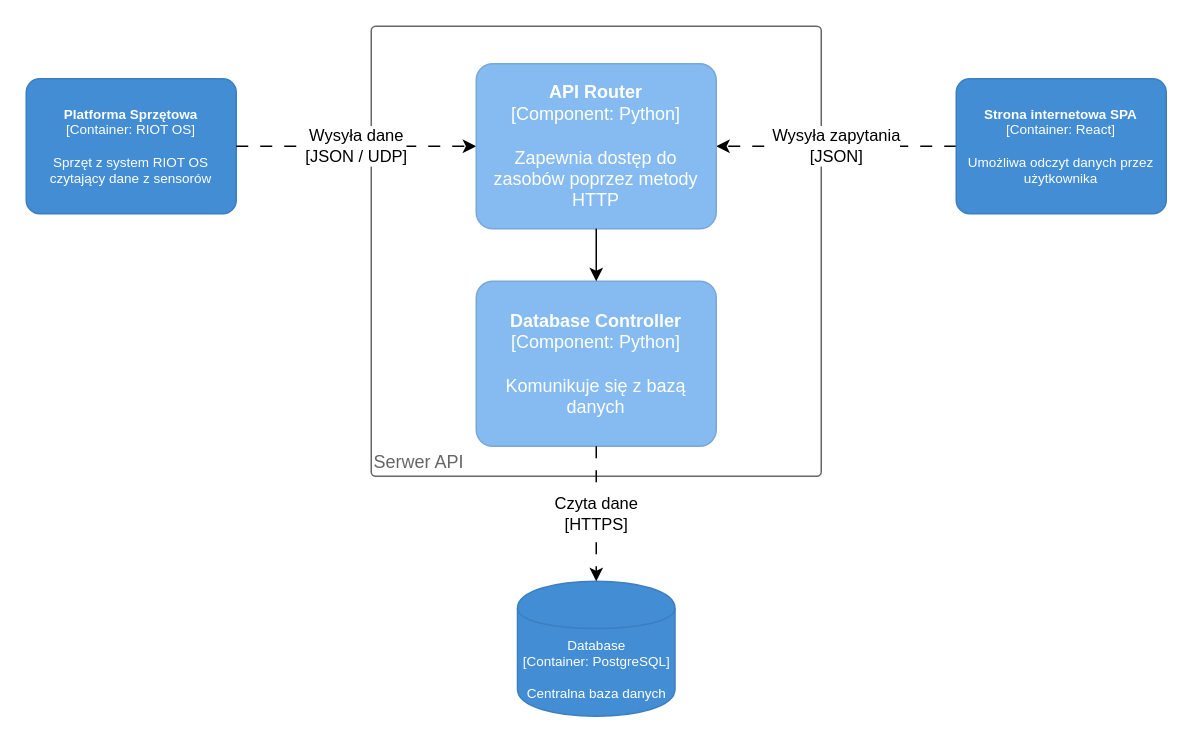
sysy-inc/pzsp2-24z keeps this draw.io diagram as page "Serwer API" (4 of 5) of docs/architecture/c4-pzsp2.drawio. Above is the earlier version. Source tidied: cells renumbered, new cells numbered last; positions are measured from the earlier drawing's top-left corner, leaving out a move shared by most shapes. Both pictures are drawn from the tidied source at 150%, with x=0, y=0 at pixel (26, 26).
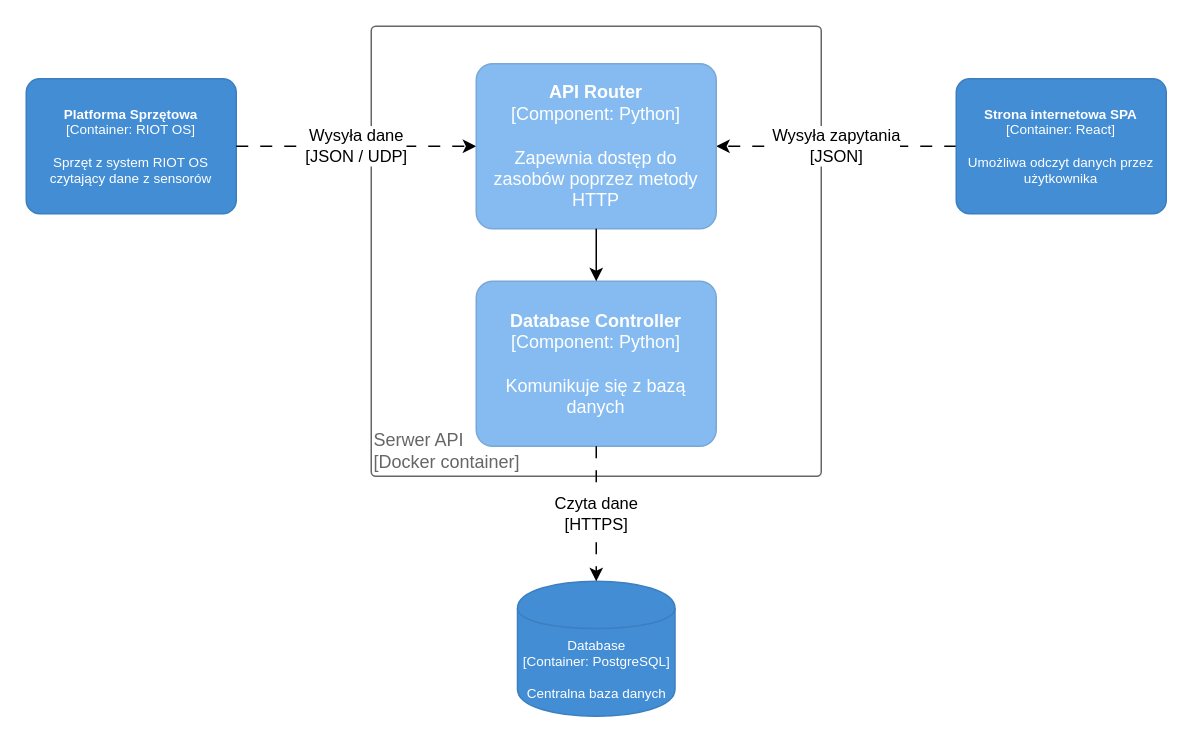
The same page after the edit.

Change to the diagram source:
```diff
@@
 <mxGraphModel>
   <root>
     <mxCell id="0" />
     <mxCell id="1" parent="0" />
-    <mxCell id="2" value="Serwer API" style="rounded=1;whiteSpace=wrap;html=1;labelBackgroundColor=none;fillColor=#ffffff;align=left;arcSize=1;verticalAlign=bottom;strokeColor=#666666;fontColor=#666666;" parent="1" vertex="1">
+    <mxCell id="2" value="Serwer API&lt;div&gt;[Docker container]&lt;/div&gt;" style="rounded=1;whiteSpace=wrap;html=1;labelBackgroundColor=none;fillColor=#ffffff;align=left;arcSize=1;verticalAlign=bottom;strokeColor=#666666;fontColor=#666666;" parent="1" vertex="1">
       <mxGeometry x="230" width="300" height="300" as="geometry" />
     </mxCell>
     <mxCell id="3" value="Wysyła zapytania&lt;div&gt;[JSON]&lt;/div&gt;" style="edgeStyle=orthogonalEdgeStyle;rounded=0;jettySize=auto;html=1;entryX=1;entryY=0.5;entryDx=0;entryDy=0;entryPerimeter=0;dashed=1;dashPattern=8 8;" parent="1" edge="1" source="4" target="7">
       <mxGeometry relative="1" as="geometry" />
     </mxCell>
     <object id="4" label="&lt;b style=&quot;font-size: 9px;&quot;&gt;%c4Name%&lt;/b&gt;&lt;div style=&quot;font-size: 9px;&quot;&gt;[%c4Type%: %c4Technology%]&lt;/div&gt;&lt;br style=&quot;font-size: 9px;&quot;&gt;&lt;div style=&quot;font-size: 9px;&quot;&gt;%c4Description%&lt;/div&gt;" c4Description="Umożliwa odczyt danych przez użytkownika" c4Name="Strona internetowa SPA" c4Technology="React" c4Type="Container" placeholders="1">
       <mxCell style="rounded=1;whiteSpace=wrap;html=1;labelBackgroundColor=none;fillColor=#438DD5;fontColor=#ffffff;align=center;arcSize=10;strokeColor=#3C7FC0;metaData={&quot;c4Type&quot;:{&quot;editable&quot;:false}};points=[[0.25,0,0],[0.5,0,0],[0.75,0,0],[1,0.25,0],[1,0.5,0],[1,0.75,0],[0.75,1,0],[0.5,1,0],[0.25,1,0],[0,0.75,0],[0,0.5,0],[0,0.25,0]];fontSize=9;" parent="1" vertex="1">
         <mxGeometry x="620" y="35" width="140" height="90" as="geometry" />
       </mxCell>
     </object>
     <object id="5" label="&lt;b style=&quot;font-size: 9px;&quot;&gt;%c4Name%&lt;/b&gt;&lt;div style=&quot;font-size: 9px;&quot;&gt;[%c4Type%: %c4Technology%]&lt;/div&gt;&lt;br style=&quot;font-size: 9px;&quot;&gt;&lt;div style=&quot;font-size: 9px;&quot;&gt;%c4Description%&lt;/div&gt;" c4Description="Sprzęt z system RIOT OS czytający dane z sensorów" c4Name="Platforma Sprzętowa" c4Technology="RIOT OS" c4Type="Container" placeholders="1">
       <mxCell style="rounded=1;whiteSpace=wrap;html=1;labelBackgroundColor=none;fillColor=#438DD5;fontColor=#ffffff;align=center;arcSize=10;strokeColor=#3C7FC0;metaData={&quot;c4Type&quot;:{&quot;editable&quot;:false}};points=[[0.25,0,0],[0.5,0,0],[0.75,0,0],[1,0.25,0],[1,0.5,0],[1,0.75,0],[0.75,1,0],[0.5,1,0],[0.25,1,0],[0,0.75,0],[0,0.5,0],[0,0.25,0]];fontSize=9;" parent="1" vertex="1">
         <mxGeometry y="35" width="140" height="90" as="geometry" />
       </mxCell>
     </object>
     <mxCell id="6" value="Wysyła dane&lt;div&gt;[JSON / UDP]&lt;/div&gt;" style="edgeStyle=orthogonalEdgeStyle;rounded=0;jettySize=auto;html=1;entryX=0;entryY=0.5;entryDx=0;entryDy=0;entryPerimeter=0;dashed=1;dashPattern=8 8;" parent="1" edge="1" source="5" target="7">
       <mxGeometry relative="1" as="geometry" />
     </mxCell>
     <object id="7" label="&lt;b&gt;%c4Name%&lt;/b&gt;&lt;div&gt;[%c4Type%: %c4Technology%]&lt;/div&gt;&lt;br&gt;&lt;div&gt;%c4Description%&lt;/div&gt;" c4Description="Zapewnia dostęp do zasobów poprzez metody HTTP" c4Name="API Router" c4Technology="Python" c4Type="Component" placeholders="1">
       <mxCell style="rounded=1;whiteSpace=wrap;html=1;labelBackgroundColor=none;fillColor=#85BBF0;fontColor=#ffffff;align=center;arcSize=10;strokeColor=#78A8D8;metaData={&quot;c4Type&quot;:{&quot;editable&quot;:false}};points=[[0.25,0,0],[0.5,0,0],[0.75,0,0],[1,0.25,0],[1,0.5,0],[1,0.75,0],[0.75,1,0],[0.5,1,0],[0.25,1,0],[0,0.75,0],[0,0.5,0],[0,0.25,0]];" parent="1" vertex="1">
         <mxGeometry x="300" y="25" width="160" height="110" as="geometry" />
       </mxCell>
     </object>
     <object id="8" label="%c4Type%&lt;div style=&quot;font-size: 9px;&quot;&gt;[Container:&amp;nbsp;%c4Technology%]&lt;/div&gt;&lt;br style=&quot;font-size: 9px;&quot;&gt;&lt;div style=&quot;font-size: 9px;&quot;&gt;%c4Description%&lt;/div&gt;" c4Description="Centralna baza danych" c4Technology="PostgreSQL" c4Type="Database" placeholders="1">
       <mxCell style="shape=cylinder;whiteSpace=wrap;html=1;boundedLbl=1;rounded=0;labelBackgroundColor=none;fillColor=#438DD5;fontSize=9;fontColor=#ffffff;align=center;strokeColor=#3C7FC0;points=[[0.5,0,0],[1,0.25,0],[1,0.5,0],[1,0.75,0],[0.5,1,0],[0,0.75,0],[0,0.5,0],[0,0.25,0]];metaData={&quot;c4Type&quot;:{&quot;editable&quot;:false}};" parent="1" vertex="1">
         <mxGeometry x="327.5" y="370" width="105" height="90" as="geometry" />
       </mxCell>
     </object>
     <object id="9" label="&lt;b&gt;%c4Name%&lt;/b&gt;&lt;div&gt;[%c4Type%: %c4Technology%]&lt;/div&gt;&lt;br&gt;&lt;div&gt;%c4Description%&lt;/div&gt;" c4Description="Komunikuje się z bazą danych" c4Name="Database Controller" c4Technology="Python" c4Type="Component" placeholders="1">
       <mxCell style="rounded=1;whiteSpace=wrap;html=1;labelBackgroundColor=none;fillColor=#85BBF0;fontColor=#ffffff;align=center;arcSize=10;strokeColor=#78A8D8;metaData={&quot;c4Type&quot;:{&quot;editable&quot;:false}};points=[[0.25,0,0],[0.5,0,0],[0.75,0,0],[1,0.25,0],[1,0.5,0],[1,0.75,0],[0.75,1,0],[0.5,1,0],[0.25,1,0],[0,0.75,0],[0,0.5,0],[0,0.25,0]];" parent="1" vertex="1">
         <mxGeometry x="300" y="170" width="160" height="110" as="geometry" />
       </mxCell>
     </object>
     <mxCell id="10" value="Czyta dane&lt;div&gt;[HTTPS]&lt;/div&gt;" style="edgeStyle=orthogonalEdgeStyle;rounded=0;jettySize=auto;html=1;entryX=0.5;entryY=0;entryDx=0;entryDy=0;entryPerimeter=0;dashed=1;dashPattern=8 8;" parent="1" edge="1" source="9" target="8">
       <mxGeometry relative="1" as="geometry" />
     </mxCell>
     <mxCell id="11" style="edgeStyle=orthogonalEdgeStyle;rounded=0;jettySize=auto;html=1;entryX=0.5;entryY=0;entryDx=0;entryDy=0;entryPerimeter=0;" parent="1" edge="1" source="7" target="9">
       <mxGeometry relative="1" as="geometry" />
     </mxCell>
   </root>
 </mxGraphModel>
```
